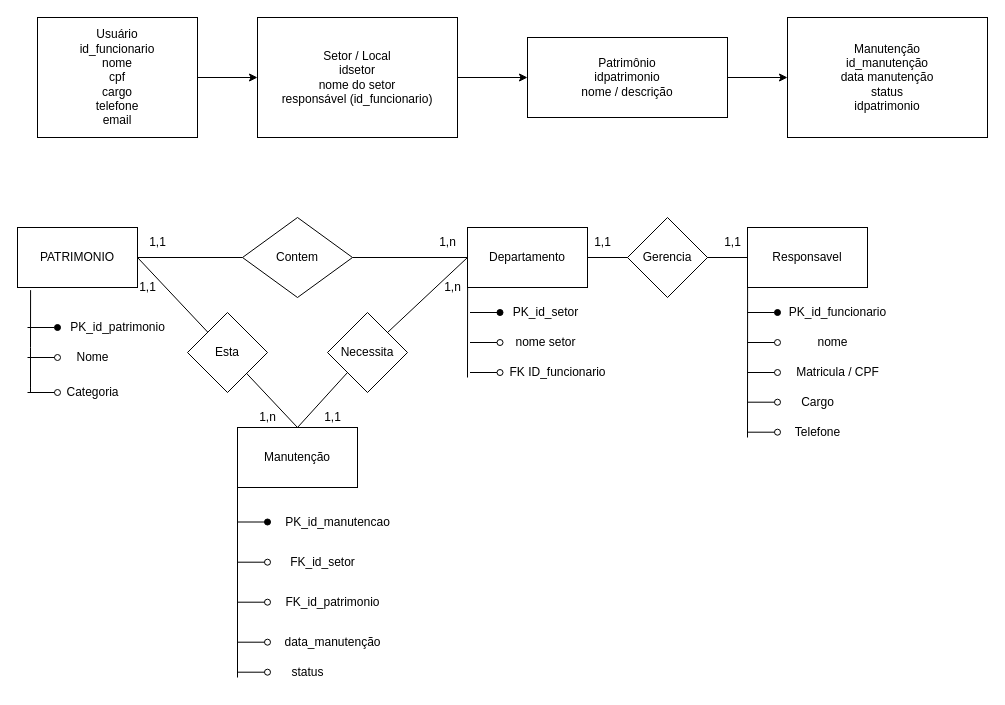
Above: patrimonio.drawio in EduhReis/GerPatrimonio (draw.io), before the change. Source tidied: cells renumbered, new cells numbered last; positions are measured from the earlier drawing's top-left corner, leaving out a move shared by most shapes. Both pictures are drawn from the tidied source at 100%, with x=0, y=0 at pixel (17, 17).
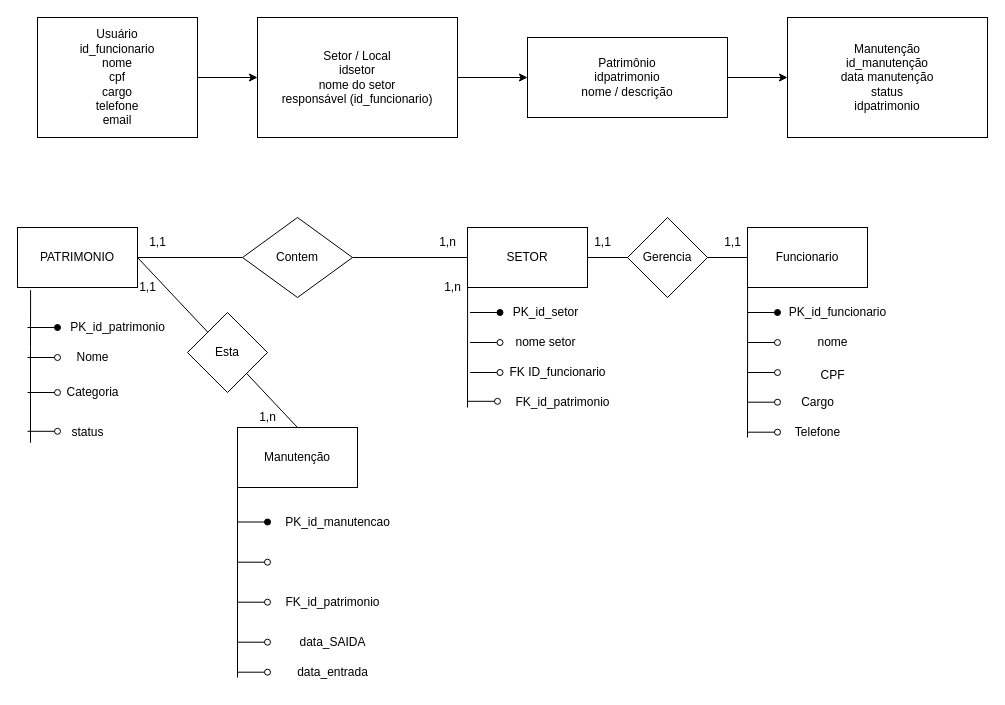
After the change.

Commit message:
Alteração no diagrama

The change refers to these unchanged cells:
```xml
<mxCell id="23" value="PATRIMONIO" style="rounded=0;whiteSpace=wrap;html=1;" parent="1" vertex="1">
  <mxGeometry y="210" width="120" height="60" as="geometry" />
</mxCell>
<mxCell id="37" value="Manutenção" style="rounded=0;whiteSpace=wrap;html=1;" parent="1" vertex="1">
  <mxGeometry x="220" y="410" width="120" height="60" as="geometry" />
</mxCell>
```

Change to the diagram source:
```diff
@@
-    <mxCell id="9" value="Departamento" style="rounded=0;whiteSpace=wrap;html=1;" parent="1" vertex="1">
+    <mxCell id="9" value="SETOR" style="rounded=0;whiteSpace=wrap;html=1;" parent="1" vertex="1">
       <mxGeometry x="450" y="210" width="120" height="60" as="geometry" />
     </mxCell>
@@
-    <mxCell id="13" value="Responsavel" style="rounded=0;whiteSpace=wrap;html=1;" parent="1" vertex="1">
+    <mxCell id="13" value="Funcionario" style="rounded=0;whiteSpace=wrap;html=1;" parent="1" vertex="1">
       <mxGeometry x="730" y="210" width="120" height="60" as="geometry" />
     </mxCell>
@@
-    <mxCell id="17" value="Matricula / CPF" style="text;html=1;align=center;verticalAlign=middle;strokeColor=none;fillColor=none;" parent="1" vertex="1">
-      <mxGeometry x="765" y="340" width="110" height="30" as="geometry" />
+    <mxCell id="17" value="&lt;br&gt;CPF" style="text;html=1;align=center;verticalAlign=middle;strokeColor=none;fillColor=none;" parent="1" vertex="1">
+      <mxGeometry x="790" y="330" width="50" height="40" as="geometry" />
     </mxCell>
@@
     <mxCell id="24" style="endArrow=none;html=1;entryX=0.109;entryY=1.044;entryDx=0;entryDy=0;entryPerimeter=0;" parent="1" edge="1" target="23">
       <mxGeometry relative="1" as="geometry">
         <mxPoint x="13" y="340" as="sourcePoint" />
         <Array as="points">
-          <mxPoint x="13" y="380" />
+          <mxPoint x="13" y="430" />
           <mxPoint x="13" y="340" />
         </Array>
       </mxGeometry>
     </mxCell>
@@
-    <mxCell id="39" style="endArrow=none;html=1;entryX=0;entryY=0.5;entryDx=0;entryDy=0;exitX=1;exitY=0;exitDx=0;exitDy=0;startArrow=none;" parent="1" edge="1" source="42" target="9">
-      <mxGeometry relative="1" as="geometry" />
-    </mxCell>
@@
-    <mxCell id="41" style="endArrow=none;html=1;entryX=0;entryY=1;entryDx=0;entryDy=0;exitX=0.5;exitY=0;exitDx=0;exitDy=0;" parent="1" edge="1" source="37" target="42">
-      <mxGeometry relative="1" as="geometry" />
-    </mxCell>
-    <mxCell id="42" value="Necessita" style="rhombus;whiteSpace=wrap;html=1;" parent="1" vertex="1">
-      <mxGeometry x="310" y="295" width="80" height="80" as="geometry" />
-    </mxCell>
@@
-    <mxCell id="45" value="data_manutenção" style="text;html=1;align=center;verticalAlign=middle;strokeColor=none;fillColor=none;" parent="1" vertex="1">
-      <mxGeometry x="255" y="610" width="120" height="30" as="geometry" />
+    <mxCell id="45" value="data_SAIDA" style="text;html=1;align=center;verticalAlign=middle;strokeColor=none;fillColor=none;" parent="1" vertex="1">
+      <mxGeometry x="270" y="610" width="90" height="30" as="geometry" />
     </mxCell>
-    <mxCell id="46" value="status" style="text;html=1;align=center;verticalAlign=middle;strokeColor=none;fillColor=none;" parent="1" vertex="1">
-      <mxGeometry x="260" y="640" width="60" height="30" as="geometry" />
-    </mxCell>
     <mxCell id="47" style="endArrow=none;html=1;entryX=0.109;entryY=1.044;entryDx=0;entryDy=0;entryPerimeter=0;" parent="1" edge="1">
       <mxGeometry relative="1" as="geometry">
-        <mxPoint x="450" y="360" as="sourcePoint" />
+        <mxPoint x="450" y="390" as="sourcePoint" />
         <mxPoint x="450.1" y="270" as="targetPoint" />
       </mxGeometry>
     </mxCell>
@@
-    <mxCell id="55" value="FK_id_setor" style="text;html=1;align=center;verticalAlign=middle;strokeColor=none;fillColor=none;" parent="1" vertex="1">
-      <mxGeometry x="260" y="530" width="90" height="30" as="geometry" />
-    </mxCell>
@@
-    <mxCell id="64" value="1,1" style="text;html=1;align=center;verticalAlign=middle;strokeColor=none;fillColor=none;" parent="1" vertex="1">
-      <mxGeometry x="295" y="385" width="40" height="30" as="geometry" />
-    </mxCell>
@@
+    <mxCell id="67" style="endArrow=none;html=1;startArrow=oval;startFill=0;" parent="1" edge="1">
+      <mxGeometry relative="1" as="geometry">
+        <mxPoint x="40" y="413.8" as="sourcePoint" />
+        <mxPoint x="10" y="413.8" as="targetPoint" />
+      </mxGeometry>
+    </mxCell>
+    <mxCell id="46" value="status" style="text;html=1;align=center;verticalAlign=middle;strokeColor=none;fillColor=none;" parent="1" vertex="1">
+      <mxGeometry x="40" y="400" width="60" height="30" as="geometry" />
+    </mxCell>
+    <mxCell id="68" value="FK_id_patrimonio" style="text;html=1;align=center;verticalAlign=middle;strokeColor=none;fillColor=none;" parent="1" vertex="1">
+      <mxGeometry x="485" y="370" width="120" height="30" as="geometry" />
+    </mxCell>
+    <mxCell id="69" style="endArrow=none;html=1;startArrow=oval;startFill=0;" parent="1" edge="1">
+      <mxGeometry relative="1" as="geometry">
+        <mxPoint x="480" y="383.8" as="sourcePoint" />
+        <mxPoint x="450" y="383.8" as="targetPoint" />
+      </mxGeometry>
+    </mxCell>
+    <mxCell id="70" value="data_entrada" style="text;html=1;align=center;verticalAlign=middle;strokeColor=none;fillColor=none;" parent="1" vertex="1">
+      <mxGeometry x="270" y="640" width="90" height="30" as="geometry" />
+    </mxCell>
```
